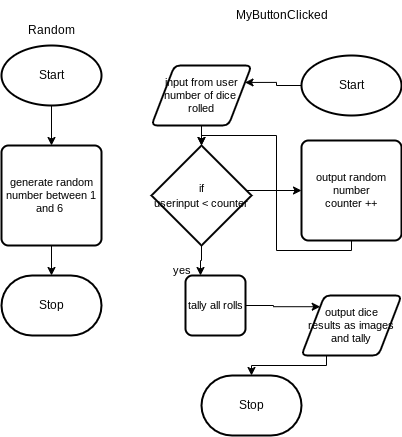
Above: design/flowchart.png in MTHS-ICS2O-2-2022/ICS2O-Final-Project-Group13 (draw.io), before the change. Source tidied: cells renumbered, new cells last; positions are measured from the earlier drawing's top-left corner, leaving out a move shared by most shapes.
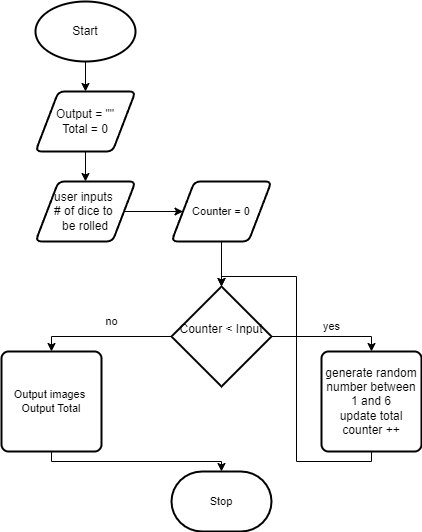
After the change.

Diff of the diagram source:
```diff
@@ -2,73 +2,59 @@
   <root>
     <mxCell id="0" />
     <mxCell id="1" parent="0" />
-    <mxCell id="2" style="edgeStyle=orthogonalEdgeStyle;shape=connector;rounded=0;html=1;exitX=0;exitY=0.5;exitDx=0;exitDy=0;exitPerimeter=0;entryX=1;entryY=0.25;entryDx=0;entryDy=0;labelBackgroundColor=default;strokeColor=default;fontFamily=Helvetica;fontSize=11;fontColor=default;endArrow=classic;" parent="1" edge="1" source="3" target="6">
-      <mxGeometry relative="1" as="geometry" />
-    </mxCell>
-    <mxCell id="3" value="Start" style="strokeWidth=2;html=1;shape=mxgraph.flowchart.start_1;whiteSpace=wrap;" parent="1" vertex="1">
-      <mxGeometry x="300" y="55" width="100" height="60" as="geometry" />
-    </mxCell>
-    <mxCell id="4" value="Stop" style="strokeWidth=2;html=1;shape=mxgraph.flowchart.terminator;whiteSpace=wrap;" parent="1" vertex="1">
-      <mxGeometry x="200" y="375" width="100" height="60" as="geometry" />
-    </mxCell>
-    <mxCell id="5" style="edgeStyle=none;html=1;exitX=0.5;exitY=1;exitDx=0;exitDy=0;entryX=0.5;entryY=0;entryDx=0;entryDy=0;entryPerimeter=0;" parent="1" edge="1" source="6" target="23">
-      <mxGeometry relative="1" as="geometry" />
-    </mxCell>
-    <mxCell id="6" value="input from user&lt;br&gt;number of dice&amp;nbsp;&lt;br&gt;rolled" style="shape=parallelogram;html=1;strokeWidth=2;perimeter=parallelogramPerimeter;whiteSpace=wrap;rounded=1;arcSize=12;size=0.23;fontFamily=Helvetica;fontSize=11;fontColor=default;" parent="1" vertex="1">
-      <mxGeometry x="150" y="65" width="100" height="60" as="geometry" />
-    </mxCell>
-    <mxCell id="7" style="edgeStyle=orthogonalEdgeStyle;shape=connector;rounded=0;html=1;exitX=1;exitY=0.5;exitDx=0;exitDy=0;entryX=0;entryY=0.5;entryDx=0;entryDy=0;labelBackgroundColor=default;strokeColor=default;fontFamily=Helvetica;fontSize=11;fontColor=default;endArrow=classic;" parent="1" edge="1" target="9">
-      <mxGeometry relative="1" as="geometry">
-        <mxPoint x="240" y="190" as="sourcePoint" />
-      </mxGeometry>
-    </mxCell>
+    <mxCell id="24" style="edgeStyle=orthogonalEdgeStyle;html=1;exitX=0.5;exitY=1;exitDx=0;exitDy=0;exitPerimeter=0;entryX=0.5;entryY=0;entryDx=0;entryDy=0;rounded=0;" parent="1" edge="1" source="8" target="28">
+      <mxGeometry relative="1" as="geometry" />
+    </mxCell>
-    <mxCell id="8" style="edgeStyle=orthogonalEdgeStyle;shape=connector;rounded=0;html=1;exitX=0.5;exitY=1;exitDx=0;exitDy=0;entryX=0.5;entryY=0;entryDx=0;entryDy=0;entryPerimeter=0;labelBackgroundColor=default;strokeColor=default;fontFamily=Helvetica;fontSize=11;fontColor=default;endArrow=classic;" parent="1" edge="1" source="9" target="23">
-      <mxGeometry relative="1" as="geometry" />
+    <mxCell id="8" value="Start" style="strokeWidth=2;html=1;shape=mxgraph.flowchart.start_1;whiteSpace=wrap;" parent="1" vertex="1">
+      <mxGeometry x="-116" y="-55" width="100" height="60" as="geometry" />
     </mxCell>
-    <mxCell id="9" value="output random number&lt;br&gt;counter ++" style="rounded=1;whiteSpace=wrap;html=1;absoluteArcSize=1;arcSize=14;strokeWidth=2;fontFamily=Helvetica;fontSize=11;fontColor=default;" parent="1" vertex="1">
-      <mxGeometry x="300" y="140" width="100" height="100" as="geometry" />
-    </mxCell>
-    <mxCell id="10" style="edgeStyle=orthogonalEdgeStyle;shape=connector;rounded=0;html=1;exitX=0.25;exitY=1;exitDx=0;exitDy=0;entryX=0.5;entryY=0;entryDx=0;entryDy=0;entryPerimeter=0;labelBackgroundColor=default;strokeColor=default;fontFamily=Helvetica;fontSize=11;fontColor=default;endArrow=classic;" parent="1" edge="1" source="11" target="4">
-      <mxGeometry relative="1" as="geometry" />
-    </mxCell>
-    <mxCell id="11" value="output dice &lt;br&gt;results as images and tally" style="shape=parallelogram;html=1;strokeWidth=2;perimeter=parallelogramPerimeter;whiteSpace=wrap;rounded=1;arcSize=12;size=0.23;fontFamily=Helvetica;fontSize=11;fontColor=default;" parent="1" vertex="1">
-      <mxGeometry x="300" y="295" width="100" height="60" as="geometry" />
-    </mxCell>
-    <mxCell id="12" style="edgeStyle=orthogonalEdgeStyle;shape=connector;rounded=0;html=1;exitX=1;exitY=0.5;exitDx=0;exitDy=0;entryX=0;entryY=0;entryDx=0;entryDy=0;labelBackgroundColor=default;strokeColor=default;fontFamily=Helvetica;fontSize=11;fontColor=default;endArrow=classic;" parent="1" edge="1" source="13" target="11">
-      <mxGeometry relative="1" as="geometry" />
-    </mxCell>
-    <mxCell id="13" value="tally all rolls" style="rounded=1;whiteSpace=wrap;html=1;absoluteArcSize=1;arcSize=14;strokeWidth=2;fontFamily=Helvetica;fontSize=11;fontColor=default;" parent="1" vertex="1">
-      <mxGeometry x="184" y="275" width="60" height="60" as="geometry" />
-    </mxCell>
+    <mxCell id="25" style="edgeStyle=orthogonalEdgeStyle;shape=connector;rounded=0;html=1;exitX=1;exitY=0.5;exitDx=0;exitDy=0;entryX=0;entryY=0.5;entryDx=0;entryDy=0;labelBackgroundColor=default;strokeColor=default;fontFamily=Helvetica;fontSize=11;fontColor=default;endArrow=classic;" parent="1" edge="1" source="26" target="33">
+      <mxGeometry relative="1" as="geometry" />
+    </mxCell>
+    <mxCell id="26" value="user inputs&amp;nbsp;&lt;br&gt;# of dice to&amp;nbsp;&lt;br&gt;be rolled" style="shape=parallelogram;html=1;strokeWidth=2;perimeter=parallelogramPerimeter;whiteSpace=wrap;rounded=1;arcSize=12;size=0.23;" parent="1" vertex="1">
+      <mxGeometry x="-116" y="125" width="100" height="60" as="geometry" />
+    </mxCell>
+    <mxCell id="27" style="edgeStyle=orthogonalEdgeStyle;shape=connector;rounded=0;html=1;exitX=0.5;exitY=1;exitDx=0;exitDy=0;labelBackgroundColor=default;strokeColor=default;fontFamily=Helvetica;fontSize=11;fontColor=default;endArrow=classic;" parent="1" edge="1" source="28" target="26">
+      <mxGeometry relative="1" as="geometry" />
+    </mxCell>
+    <mxCell id="28" value="Output = &quot;&quot;&lt;br&gt;Total = 0" style="shape=parallelogram;html=1;strokeWidth=2;perimeter=parallelogramPerimeter;whiteSpace=wrap;rounded=1;arcSize=12;size=0.23;" parent="1" vertex="1">
+      <mxGeometry x="-116" y="35" width="100" height="60" as="geometry" />
+    </mxCell>
+    <mxCell id="29" style="edgeStyle=orthogonalEdgeStyle;html=1;exitX=1;exitY=0.5;exitDx=0;exitDy=0;exitPerimeter=0;entryX=0.5;entryY=0;entryDx=0;entryDy=0;rounded=0;" parent="1" edge="1" source="31" target="35">
+      <mxGeometry relative="1" as="geometry" />
+    </mxCell>
+    <mxCell id="30" style="edgeStyle=orthogonalEdgeStyle;shape=connector;rounded=0;html=1;exitX=0;exitY=0.5;exitDx=0;exitDy=0;exitPerimeter=0;entryX=0.5;entryY=0;entryDx=0;entryDy=0;labelBackgroundColor=default;strokeColor=default;fontFamily=Helvetica;fontSize=11;fontColor=default;endArrow=classic;" parent="1" edge="1" source="31" target="37">
+      <mxGeometry relative="1" as="geometry" />
+    </mxCell>
+    <mxCell id="31" value="&lt;div style=&quot;text-align: left;&quot;&gt;Counter &amp;lt; Input&lt;/div&gt;&lt;div style=&quot;text-align: left;&quot;&gt;&lt;br&gt;&lt;/div&gt;" style="strokeWidth=2;html=1;shape=mxgraph.flowchart.decision;whiteSpace=wrap;" parent="1" vertex="1">
+      <mxGeometry x="20" y="230" width="100" height="100" as="geometry" />
+    </mxCell>
+    <mxCell id="32" style="edgeStyle=orthogonalEdgeStyle;shape=connector;rounded=0;html=1;exitX=0.5;exitY=1;exitDx=0;exitDy=0;entryX=0.5;entryY=0;entryDx=0;entryDy=0;entryPerimeter=0;labelBackgroundColor=default;strokeColor=default;fontFamily=Helvetica;fontSize=11;fontColor=default;endArrow=classic;" parent="1" edge="1" source="33" target="31">
+      <mxGeometry relative="1" as="geometry" />
+    </mxCell>
+    <mxCell id="33" value="Counter = 0" style="shape=parallelogram;html=1;strokeWidth=2;perimeter=parallelogramPerimeter;whiteSpace=wrap;rounded=1;arcSize=12;size=0.23;fontFamily=Helvetica;fontSize=11;fontColor=default;" parent="1" vertex="1">
+      <mxGeometry x="20" y="125" width="100" height="60" as="geometry" />
+    </mxCell>
     <mxCell id="14" value="yes" style="text;html=1;align=center;verticalAlign=middle;strokeColor=none;fillColor=none;fontSize=11;fontFamily=Helvetica;fontColor=default;" parent="1" vertex="1">
       <mxGeometry x="160" y="255" width="40" height="30" as="geometry" />
     </mxCell>
-    <mxCell id="15" style="edgeStyle=none;html=1;exitX=0.5;exitY=1;exitDx=0;exitDy=0;entryX=0.5;entryY=0;entryDx=0;entryDy=0;entryPerimeter=0;" parent="1" edge="1" source="16" target="19">
-      <mxGeometry relative="1" as="geometry" />
-    </mxCell>
-    <mxCell id="16" value="generate random number between 1 and 6&amp;nbsp;" style="rounded=1;whiteSpace=wrap;html=1;absoluteArcSize=1;arcSize=14;strokeWidth=2;fontFamily=Helvetica;fontSize=11;fontColor=default;" parent="1" vertex="1">
-      <mxGeometry y="145" width="100" height="100" as="geometry" />
-    </mxCell>
-    <mxCell id="17" style="edgeStyle=none;html=1;exitX=0.5;exitY=1;exitDx=0;exitDy=0;exitPerimeter=0;entryX=0.5;entryY=0;entryDx=0;entryDy=0;" parent="1" edge="1" source="18" target="16">
-      <mxGeometry relative="1" as="geometry" />
-    </mxCell>
-    <mxCell id="18" value="Start" style="strokeWidth=2;html=1;shape=mxgraph.flowchart.start_1;whiteSpace=wrap;" parent="1" vertex="1">
-      <mxGeometry y="45" width="100" height="60" as="geometry" />
-    </mxCell>
-    <mxCell id="19" value="Stop" style="strokeWidth=2;html=1;shape=mxgraph.flowchart.terminator;whiteSpace=wrap;" parent="1" vertex="1">
-      <mxGeometry y="275" width="100" height="60" as="geometry" />
-    </mxCell>
-    <mxCell id="20" value="Random" style="text;html=1;align=center;verticalAlign=middle;strokeColor=none;fillColor=none;" parent="1" vertex="1">
-      <mxGeometry x="15" y="15" width="70" height="30" as="geometry" />
-    </mxCell>
-    <mxCell id="21" value="MyButtonClicked" style="text;html=1;align=center;verticalAlign=middle;strokeColor=none;fillColor=none;" parent="1" vertex="1">
-      <mxGeometry x="220" width="120" height="30" as="geometry" />
-    </mxCell>
-    <mxCell id="22" style="edgeStyle=orthogonalEdgeStyle;shape=connector;rounded=0;html=1;exitX=0.5;exitY=1;exitDx=0;exitDy=0;exitPerimeter=0;entryX=0.25;entryY=0;entryDx=0;entryDy=0;labelBackgroundColor=default;strokeColor=default;fontFamily=Helvetica;fontSize=11;fontColor=default;endArrow=classic;" parent="1" edge="1" source="23" target="13">
-      <mxGeometry relative="1" as="geometry" />
-    </mxCell>
-    <mxCell id="23" value="&lt;span style=&quot;font-size: 11px;&quot;&gt;if &lt;br&gt;userinput &amp;lt; counter&lt;/span&gt;" style="strokeWidth=2;html=1;shape=mxgraph.flowchart.decision;whiteSpace=wrap;" parent="1" vertex="1">
-      <mxGeometry x="150" y="145" width="100" height="100" as="geometry" />
-    </mxCell>
+    <mxCell id="34" style="edgeStyle=orthogonalEdgeStyle;shape=connector;rounded=0;html=1;exitX=0.5;exitY=1;exitDx=0;exitDy=0;entryX=0.5;entryY=0;entryDx=0;entryDy=0;entryPerimeter=0;labelBackgroundColor=default;strokeColor=default;fontFamily=Helvetica;fontSize=11;fontColor=default;endArrow=classic;" parent="1" edge="1" source="35" target="31">
+      <mxGeometry relative="1" as="geometry" />
+    </mxCell>
+    <mxCell id="35" value="generate random number between 1 and 6&lt;br&gt;update total&lt;br&gt;counter ++" style="rounded=1;whiteSpace=wrap;html=1;absoluteArcSize=1;arcSize=14;strokeWidth=2;" parent="1" vertex="1">
+      <mxGeometry x="170" y="295" width="100" height="100" as="geometry" />
+    </mxCell>
+    <mxCell id="36" style="edgeStyle=orthogonalEdgeStyle;shape=connector;rounded=0;html=1;exitX=0.5;exitY=1;exitDx=0;exitDy=0;entryX=0.5;entryY=0;entryDx=0;entryDy=0;entryPerimeter=0;labelBackgroundColor=default;strokeColor=default;fontFamily=Helvetica;fontSize=11;fontColor=default;endArrow=classic;" parent="1" edge="1" source="37" target="39">
+      <mxGeometry relative="1" as="geometry" />
+    </mxCell>
+    <mxCell id="37" value="Output images&amp;nbsp;&lt;br&gt;Output Total" style="rounded=1;whiteSpace=wrap;html=1;absoluteArcSize=1;arcSize=14;strokeWidth=2;fontFamily=Helvetica;fontSize=11;fontColor=default;" parent="1" vertex="1">
+      <mxGeometry x="-150" y="295" width="100" height="100" as="geometry" />
+    </mxCell>
+    <mxCell id="38" value="no" style="text;html=1;align=center;verticalAlign=middle;strokeColor=none;fillColor=none;fontSize=11;fontFamily=Helvetica;fontColor=default;" parent="1" vertex="1">
+      <mxGeometry x="-60" y="250" width="40" height="30" as="geometry" />
+    </mxCell>
+    <mxCell id="39" value="Stop" style="strokeWidth=2;html=1;shape=mxgraph.flowchart.terminator;whiteSpace=wrap;fontFamily=Helvetica;fontSize=11;fontColor=default;" parent="1" vertex="1">
+      <mxGeometry x="20" y="415" width="100" height="60" as="geometry" />
+    </mxCell>
   </root>
 </mxGraphModel>
```
